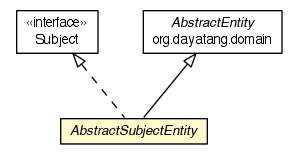
Before: dddlib-observer/apidocs/org/dayatang/observer/AbstractSubjectEntity.png, a diagram exported from Graphviz (dayatang/dddlib). Its source is kept beside it as dddlib-observer/apidocs/org/dayatang/observer/AbstractSubjectEntity.dot. Source of this version:
```dot

digraph G {
	edge [fontname="Helvetica",fontsize=10,labelfontname="Helvetica",labelfontsize=10];
	node [fontname="Helvetica",fontsize=10,shape=plaintext];
	nodesep=0.25;
	ranksep=0.5;
	c9 [label=<<table title="org.dayatang.observer.Subject" border="0" cellborder="1" cellspacing="0" cellpadding="2" port="p" href="./Subject.html">
		<tr><td><table border="0" cellspacing="0" cellpadding="1">
<tr><td align="center" balign="center"> &#171;interface&#187; </td></tr>
<tr><td align="center" balign="center"> Subject </td></tr>
		</table></td></tr>
		</table>>, URL="./Subject.html", fontname="Helvetica", fontcolor="black", fontsize=10.0];
	c14 [label=<<table title="org.dayatang.observer.AbstractSubjectEntity" border="0" cellborder="1" cellspacing="0" cellpadding="2" port="p" bgcolor="lemonChiffon" href="./AbstractSubjectEntity.html">
		<tr><td><table border="0" cellspacing="0" cellpadding="1">
<tr><td align="center" balign="center"><font face="Helvetica-Oblique"> AbstractSubjectEntity </font></td></tr>
		</table></td></tr>
		</table>>, URL="./AbstractSubjectEntity.html", fontname="Helvetica", fontcolor="black", fontsize=10.0];
	c19:p -> c14:p [dir=back,arrowtail=empty];
	c9:p -> c14:p [dir=back,arrowtail=empty,style=dashed];
	c19 [label=<<table title="org.dayatang.domain.AbstractEntity" border="0" cellborder="1" cellspacing="0" cellpadding="2" port="p" href="http://java.sun.com/j2se/1.4.2/docs/api/org/dayatang/domain/AbstractEntity.html">
		<tr><td><table border="0" cellspacing="0" cellpadding="1">
<tr><td align="center" balign="center"><font face="Helvetica-Oblique"> AbstractEntity </font></td></tr>
<tr><td align="center" balign="center"> org.dayatang.domain </td></tr>
		</table></td></tr>
		</table>>, URL="http://java.sun.com/j2se/1.4.2/docs/api/org/dayatang/domain/AbstractEntity.html", fontname="Helvetica", fontcolor="black", fontsize=10.0];
}
```
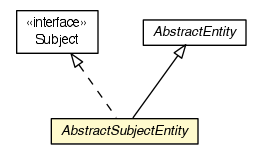
After the change.

Diff of the diagram source:
```diff
@@ -4,23 +4,22 @@
 	node [fontname="Helvetica",fontsize=10,shape=plaintext];
 	nodesep=0.25;
 	ranksep=0.5;
-	c9 [label=<<table title="org.dayatang.observer.Subject" border="0" cellborder="1" cellspacing="0" cellpadding="2" port="p" href="./Subject.html">
+	c7 [label=<<table title="org.dayatang.observer.Subject" border="0" cellborder="1" cellspacing="0" cellpadding="2" port="p" href="./Subject.html">
 		<tr><td><table border="0" cellspacing="0" cellpadding="1">
 <tr><td align="center" balign="center"> &#171;interface&#187; </td></tr>
 <tr><td align="center" balign="center"> Subject </td></tr>
 		</table></td></tr>
 		</table>>, URL="./Subject.html", fontname="Helvetica", fontcolor="black", fontsize=10.0];
-	c14 [label=<<table title="org.dayatang.observer.AbstractSubjectEntity" border="0" cellborder="1" cellspacing="0" cellpadding="2" port="p" bgcolor="lemonChiffon" href="./AbstractSubjectEntity.html">
+	c10 [label=<<table title="org.dayatang.observer.AbstractSubjectEntity" border="0" cellborder="1" cellspacing="0" cellpadding="2" port="p" bgcolor="lemonChiffon" href="./AbstractSubjectEntity.html">
 		<tr><td><table border="0" cellspacing="0" cellpadding="1">
 <tr><td align="center" balign="center"><font face="Helvetica-Oblique"> AbstractSubjectEntity </font></td></tr>
 		</table></td></tr>
 		</table>>, URL="./AbstractSubjectEntity.html", fontname="Helvetica", fontcolor="black", fontsize=10.0];
-	c19:p -> c14:p [dir=back,arrowtail=empty];
-	c9:p -> c14:p [dir=back,arrowtail=empty,style=dashed];
-	c19 [label=<<table title="org.dayatang.domain.AbstractEntity" border="0" cellborder="1" cellspacing="0" cellpadding="2" port="p" href="http://java.sun.com/j2se/1.4.2/docs/api/org/dayatang/domain/AbstractEntity.html">
+	c12:p -> c10:p [dir=back,arrowtail=empty];
+	c7:p -> c10:p [dir=back,arrowtail=empty,style=dashed];
+	c12 [label=<<table title="org.dayatang.domain.AbstractEntity" border="0" cellborder="1" cellspacing="0" cellpadding="2" port="p">
 		<tr><td><table border="0" cellspacing="0" cellpadding="1">
 <tr><td align="center" balign="center"><font face="Helvetica-Oblique"> AbstractEntity </font></td></tr>
-<tr><td align="center" balign="center"> org.dayatang.domain </td></tr>
 		</table></td></tr>
-		</table>>, URL="http://java.sun.com/j2se/1.4.2/docs/api/org/dayatang/domain/AbstractEntity.html", fontname="Helvetica", fontcolor="black", fontsize=10.0];
+		</table>>, URL="null", fontname="Helvetica", fontcolor="black", fontsize=10.0];
 }
```
